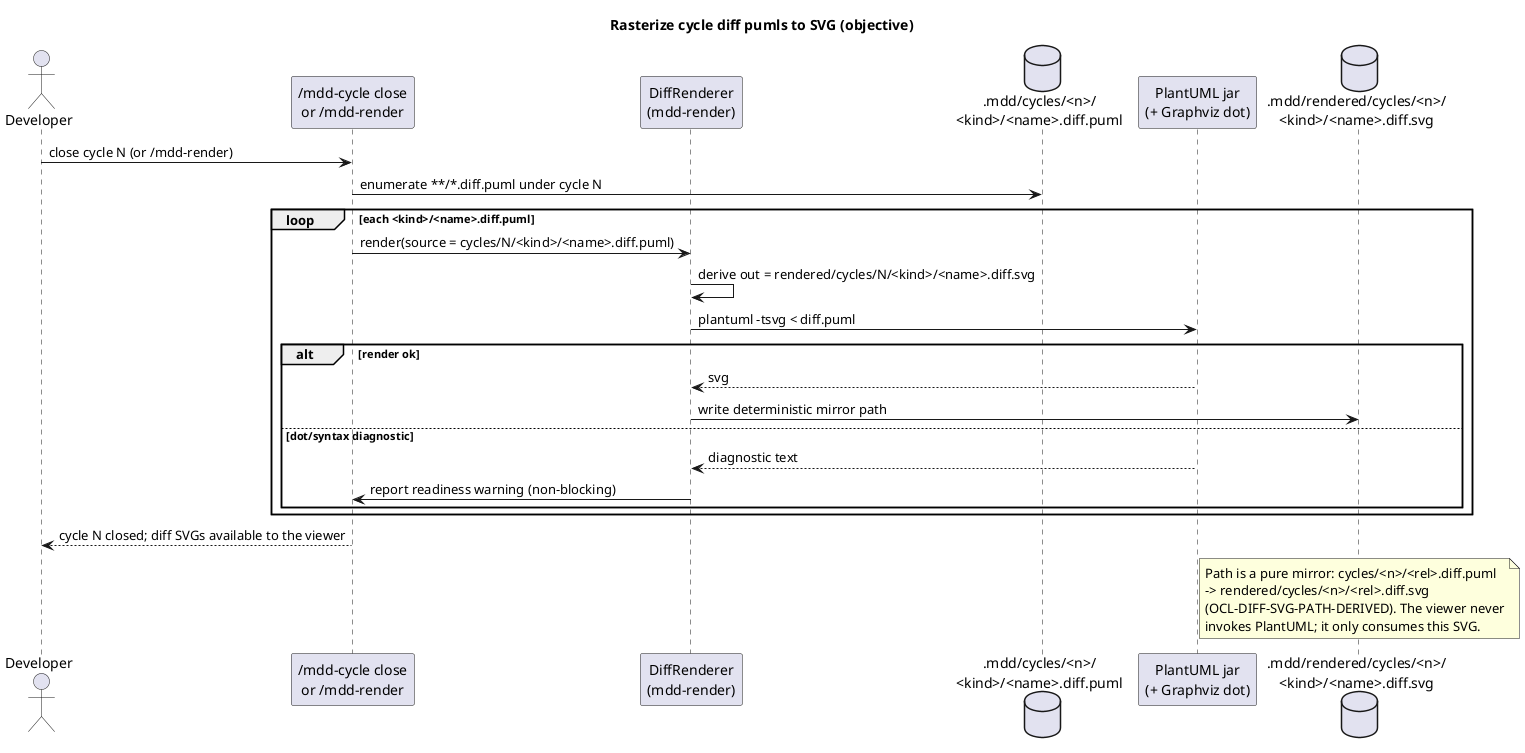
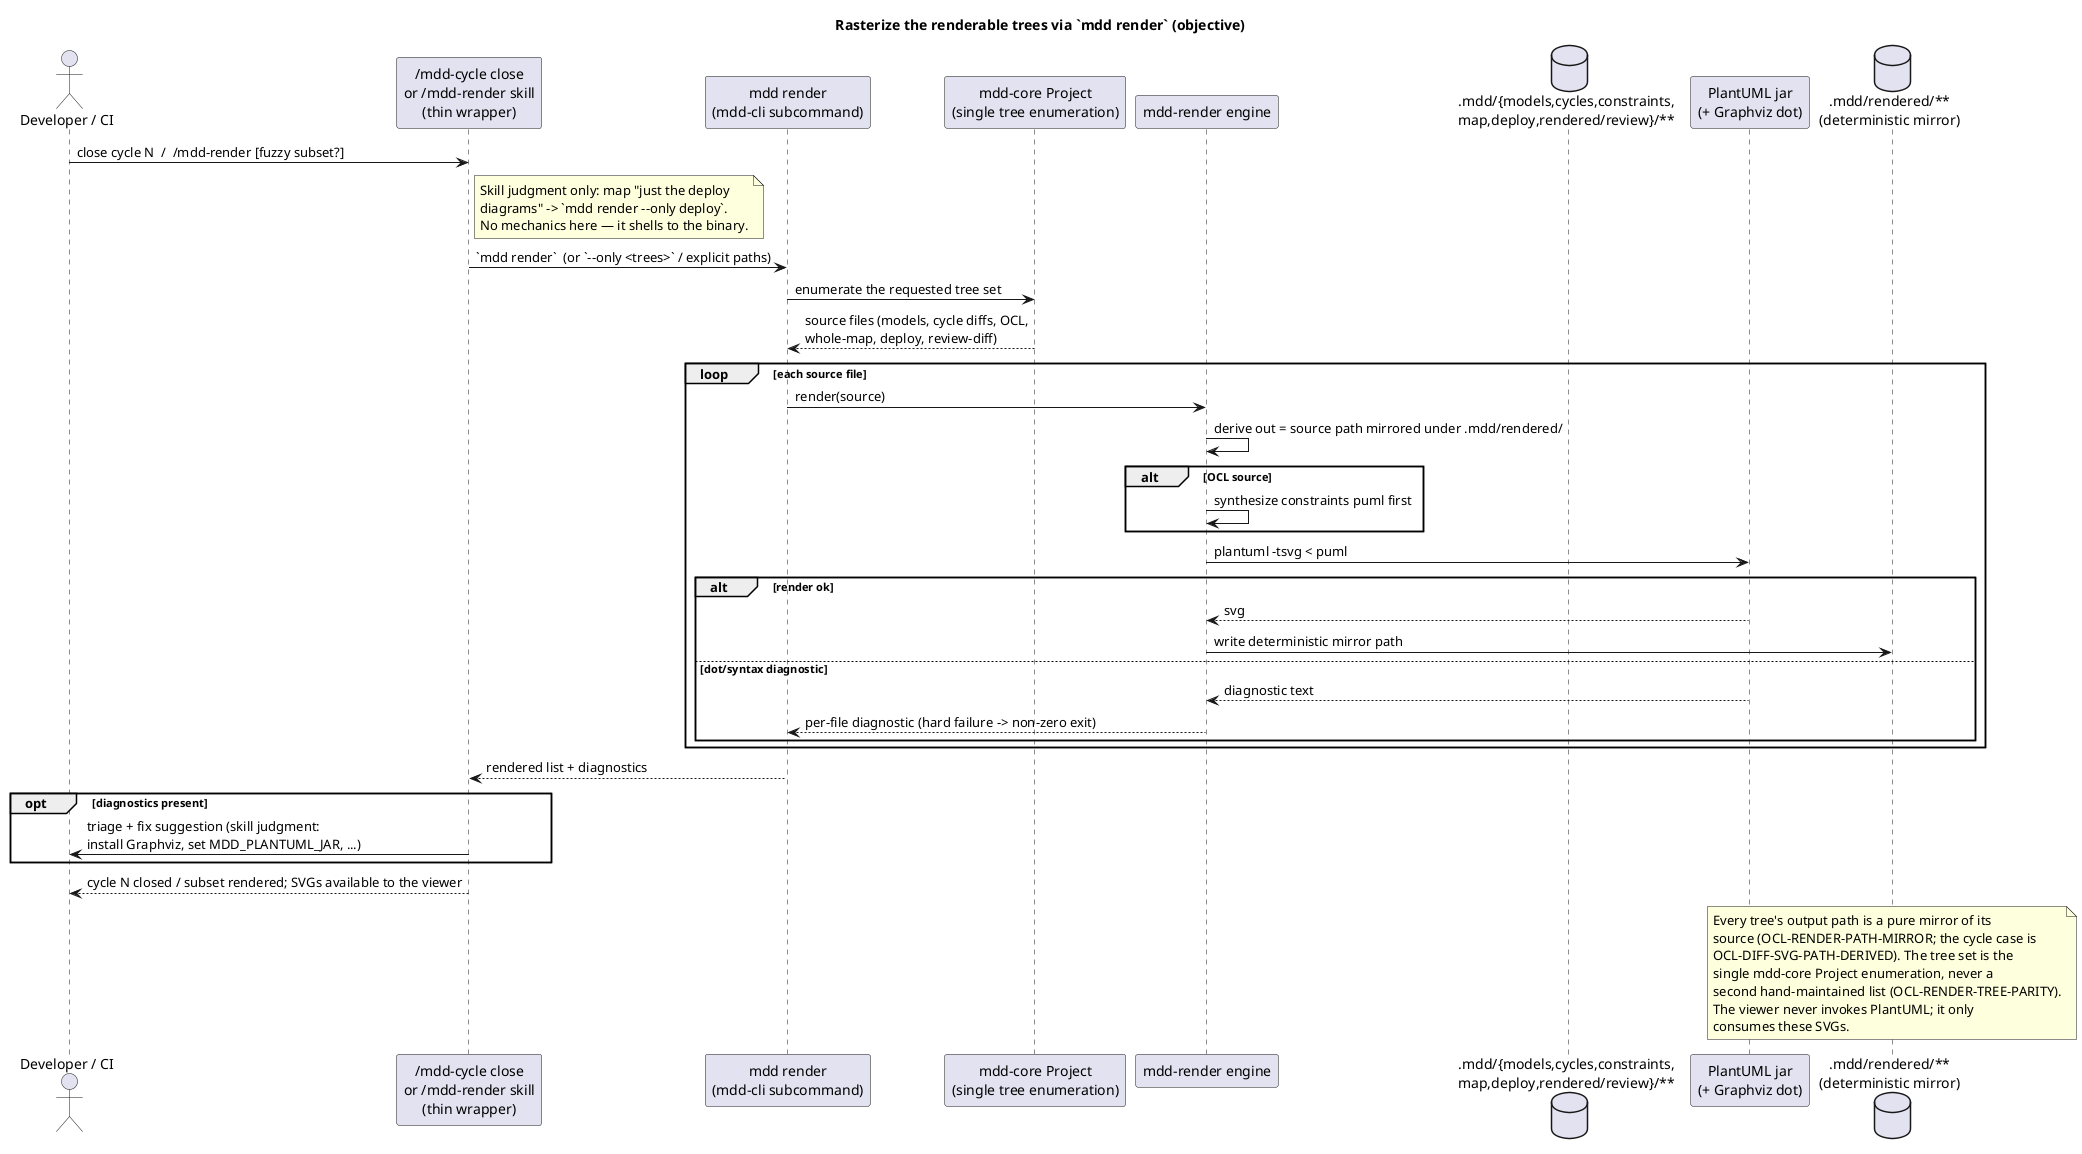
@startuml
' @id(SEQ-RENDER-DIFF-SVG)
' @ref(USE-DIFF-DIAGRAM)
+ ' @ref(DOM-RENDER-ENGINE)
'
- ' Objective-side flow for rasterizing a cycle's superposed .diff.puml
- ' files to SVG so the viewer (which has no PlantUML engine) can paint
- ' them. Triggered by /mdd-cycle's close step and by /mdd-render.
+ ' Objective-side flow for the `mdd render` command: the single
+ ' deterministic engine rasterizes every renderable tree (models, cycle
+ ' diffs, OCL, map, deploy, review-diff) to its .mdd/rendered/ mirror so
+ ' the viewer (which has no PlantUML engine) can paint it. Invoked by
+ ' /mdd-cycle's close step and by the /mdd-render thin-wrapper skill.
'
- ' @desc(SEQ-RENDER-DIFF-SVG, "How each .mdd/cycles/<n>/<kind>/<name>.diff.puml is rasterized to .mdd/rendered/cycles/<n>/<kind>/<name>.diff.svg by the cycle-close step and /mdd-render, keeping the rendered path a deterministic mirror of the source path.")
- title Rasterize cycle diff pumls to SVG (objective)
+ ' @desc(SEQ-RENDER-DIFF-SVG, "How the `mdd render` mdd-cli command rasterizes the full tree set (models, cycle diffs, OCL, whole-map, deploy, review-diff) enumerated once by mdd-core Project to deterministic .mdd/rendered/ mirror paths. The cycle-close step and the /mdd-render thin-wrapper skill both invoke `mdd render` (no args = full parity; --only <trees> or explicit paths = subset); the skill adds only fuzzy subset intake, diagnostic triage, and fix suggestions.")
+ title Rasterize the renderable trees via `mdd render` (objective)

- actor "Developer" as Dev
- participant "/mdd-cycle close\nor /mdd-render" as Trigger
- participant "DiffRenderer\n(mdd-render)" as Rend
- database ".mdd/cycles/<n>/\n<kind>/<name>.diff.puml" as Store
+ actor "Developer / CI" as Dev
+ participant "/mdd-cycle close\nor /mdd-render skill\n(thin wrapper)" as Trigger
+ participant "mdd render\n(mdd-cli subcommand)" as Cli
+ participant "mdd-core Project\n(single tree enumeration)" as Proj
+ participant "mdd-render engine" as Rend
+ database ".mdd/{models,cycles,constraints,\nmap,deploy,rendered/review}/**" as Store
participant "PlantUML jar\n(+ Graphviz dot)" as PUML
- database ".mdd/rendered/cycles/<n>/\n<kind>/<name>.diff.svg" as Out
+ database ".mdd/rendered/**\n(deterministic mirror)" as Out

- Dev -> Trigger : close cycle N (or /mdd-render)
- Trigger -> Store : enumerate **/*.diff.puml under cycle N
- loop each <kind>/<name>.diff.puml
-   Trigger -> Rend : render(source = cycles/N/<kind>/<name>.diff.puml)
-   Rend -> Rend : derive out = rendered/cycles/N/<kind>/<name>.diff.svg
-   Rend -> PUML : plantuml -tsvg < diff.puml
+ Dev -> Trigger : close cycle N  /  /mdd-render [fuzzy subset?]
+ note right of Trigger
+   Skill judgment only: map "just the deploy
+   diagrams" -> `mdd render --only deploy`.
+   No mechanics here — it shells to the binary.
+ end note
+ Trigger -> Cli : `mdd render`  (or `--only <trees>` / explicit paths)
+ Cli -> Proj : enumerate the requested tree set
+ Proj --> Cli : source files (models, cycle diffs, OCL,\nwhole-map, deploy, review-diff)
+ 
+ loop each source file
+   Cli -> Rend : render(source)
+   Rend -> Rend : derive out = source path mirrored under .mdd/rendered/
+   alt OCL source
+     Rend -> Rend : synthesize constraints puml first
+   end
+   Rend -> PUML : plantuml -tsvg < puml
  alt render ok
    PUML --> Rend : svg
    Rend -> Out : write deterministic mirror path
  else dot/syntax diagnostic
    PUML --> Rend : diagnostic text
-     Rend -> Trigger : report readiness warning (non-blocking)
+     Rend --> Cli : per-file diagnostic (hard failure -> non-zero exit)
  end
end
- Trigger --> Dev : cycle N closed; diff SVGs available to the viewer
+ Cli --> Trigger : rendered list + diagnostics
+ 
+ opt diagnostics present
+   Trigger -> Dev : triage + fix suggestion (skill judgment:\ninstall Graphviz, set MDD_PLANTUML_JAR, ...)
+ end
+ Trigger --> Dev : cycle N closed / subset rendered; SVGs available to the viewer

note over Out
-   Path is a pure mirror: cycles/<n>/<rel>.diff.puml
-   -> rendered/cycles/<n>/<rel>.diff.svg
-   (OCL-DIFF-SVG-PATH-DERIVED). The viewer never
-   invokes PlantUML; it only consumes this SVG.
+   Every tree's output path is a pure mirror of its
+   source (OCL-RENDER-PATH-MIRROR; the cycle case is
+   OCL-DIFF-SVG-PATH-DERIVED). The tree set is the
+   single mdd-core Project enumeration, never a
+   second hand-maintained list (OCL-RENDER-TREE-PARITY).
+   The viewer never invokes PlantUML; it only
+   consumes these SVGs.
end note
@enduml
